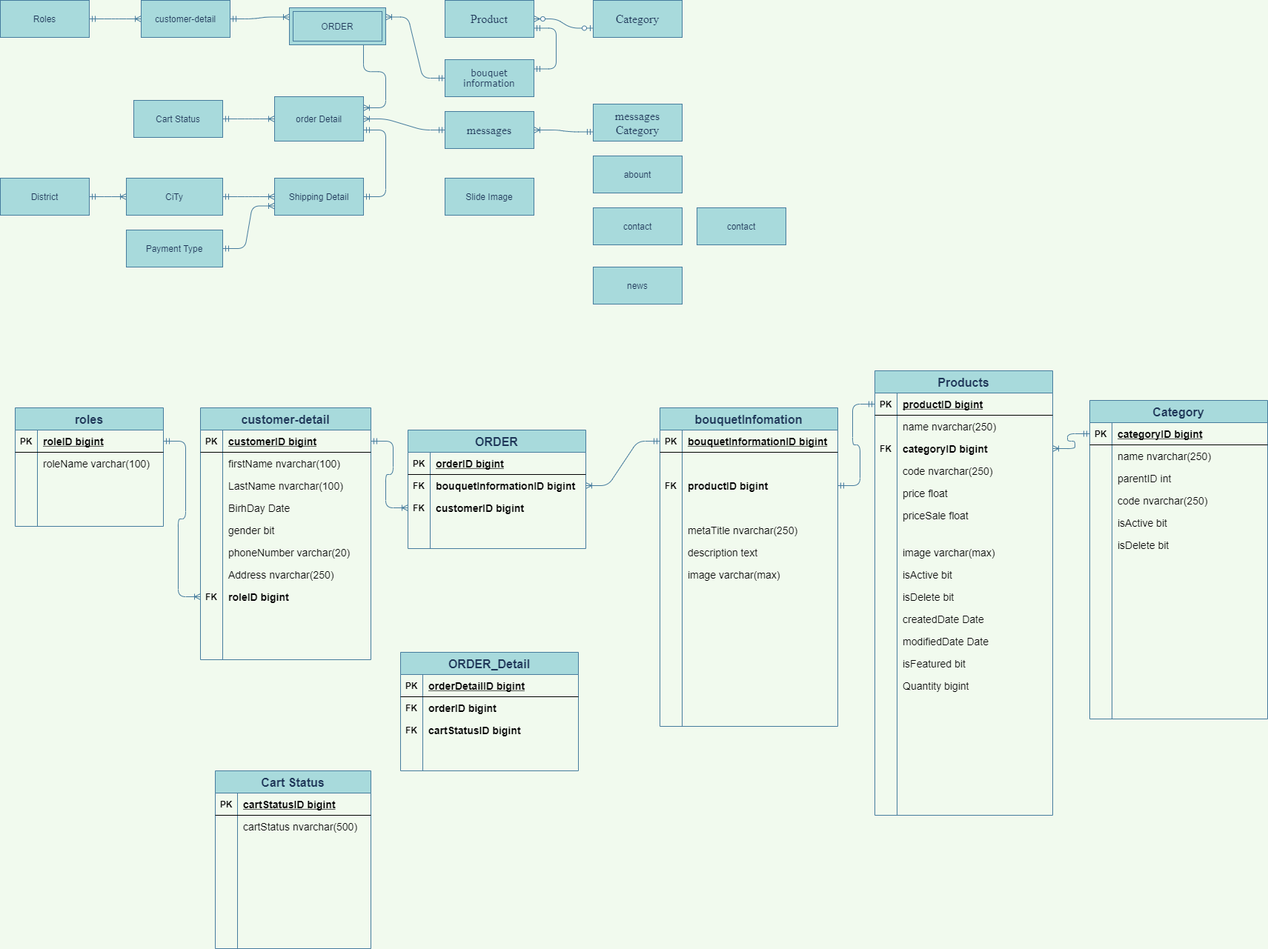
The draw.io diagram Untitled Diagram.png in maialino123/Eproject-SEM3, before a commit. Source tidied: cells renumbered, new cells last; positions are measured from the earlier drawing's top-left corner, leaving out a move shared by most shapes.
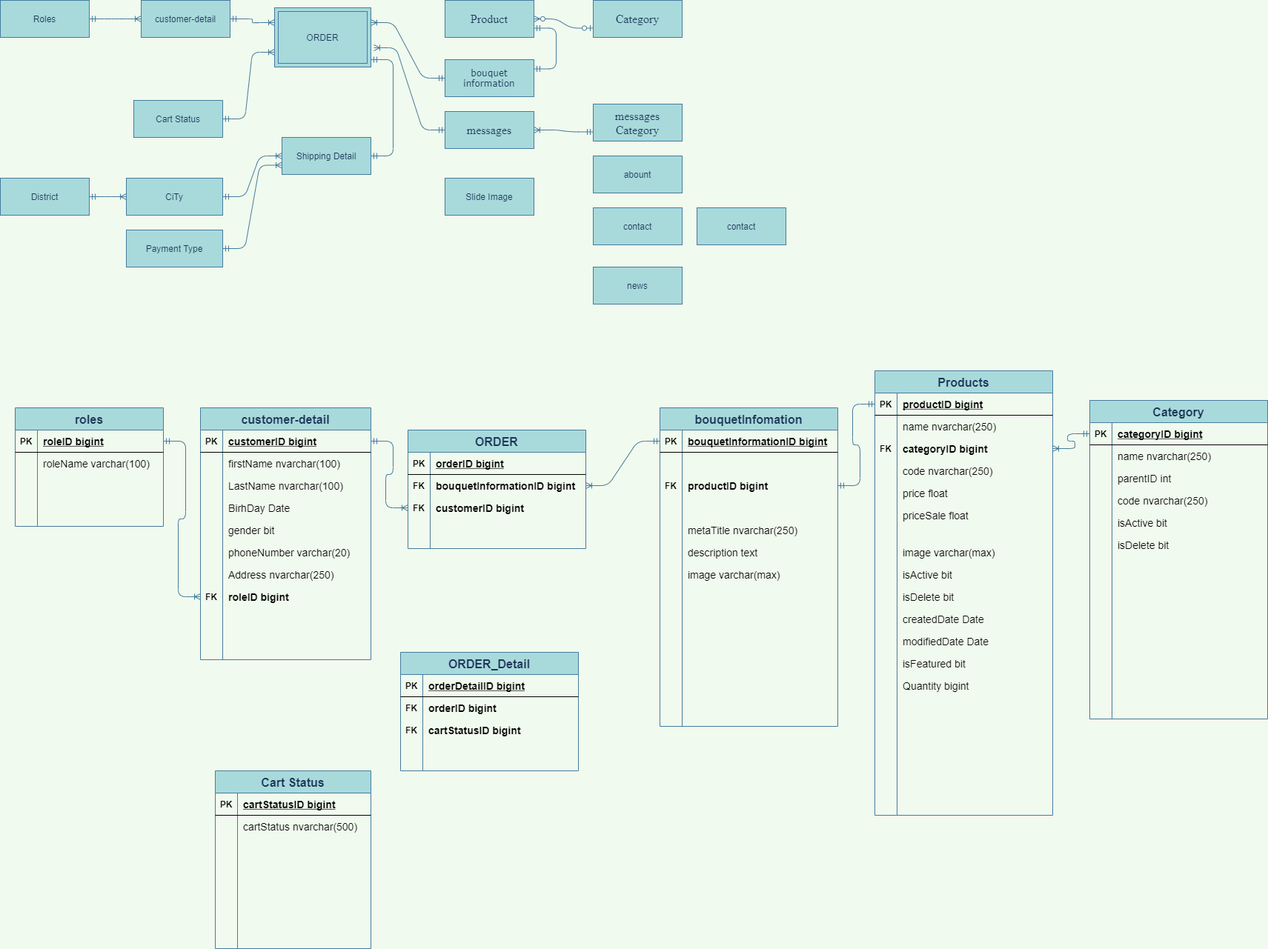
The same file after the commit.

Diff of the diagram source:
```diff
@@ -44,9 +44,6 @@
     <mxCell id="15" value="Roles" style="whiteSpace=wrap;html=1;align=center;rounded=0;sketch=0;fontColor=#1D3557;strokeColor=#457B9D;fillColor=#A8DADC;" parent="1" vertex="1">
       <mxGeometry width="120" height="50" as="geometry" />
     </mxCell>
-    <mxCell id="16" value="order Detail" style="whiteSpace=wrap;html=1;align=center;rounded=0;sketch=0;fontColor=#1D3557;strokeColor=#457B9D;fillColor=#A8DADC;" parent="1" vertex="1">
-      <mxGeometry x="370" y="130" width="120" height="60" as="geometry" />
-    </mxCell>
     <mxCell id="17" value="Slide Image" style="whiteSpace=wrap;html=1;align=center;rounded=0;sketch=0;fontColor=#1D3557;strokeColor=#457B9D;fillColor=#A8DADC;" parent="1" vertex="1">
       <mxGeometry x="600" y="240" width="120" height="50" as="geometry" />
     </mxCell>
@@ -59,26 +56,25 @@
     <mxCell id="20" style="edgeStyle=entityRelationEdgeStyle;fontSize=12;html=1;endArrow=ERoneToMany;startArrow=ERmandOne;fontColor=#1D3557;strokeColor=#457B9D;fillColor=#A8DADC;entryX=0;entryY=0.5;entryDx=0;entryDy=0;exitX=1;exitY=0.5;exitDx=0;exitDy=0;labelBackgroundColor=#F1FAEE;" parent="1" edge="1" source="15" target="2">
       <mxGeometry relative="1" as="geometry" />
     </mxCell>
-    <mxCell id="21" style="edgeStyle=entityRelationEdgeStyle;fontSize=12;html=1;endArrow=ERoneToMany;startArrow=ERmandOne;fontColor=#1D3557;strokeColor=#457B9D;fillColor=#A8DADC;entryX=0;entryY=0.5;entryDx=0;entryDy=0;exitX=1;exitY=0.5;exitDx=0;exitDy=0;labelBackgroundColor=#F1FAEE;" parent="1" edge="1" source="14" target="16">
+    <mxCell id="21" style="edgeStyle=entityRelationEdgeStyle;fontSize=12;html=1;endArrow=ERoneToMany;startArrow=ERmandOne;fontColor=#1D3557;strokeColor=#457B9D;fillColor=#A8DADC;entryX=0;entryY=0.75;entryDx=0;entryDy=0;exitX=1;exitY=0.5;exitDx=0;exitDy=0;labelBackgroundColor=#F1FAEE;" parent="1" edge="1" source="14" target="24">
       <mxGeometry relative="1" as="geometry" />
     </mxCell>
-    <mxCell id="22" style="edgeStyle=entityRelationEdgeStyle;fontSize=12;html=1;endArrow=ERoneToMany;startArrow=ERmandOne;fontColor=#1D3557;strokeColor=#457B9D;fillColor=#A8DADC;exitX=1;exitY=0.75;exitDx=0;exitDy=0;labelBackgroundColor=#F1FAEE;entryX=1;entryY=0.25;entryDx=0;entryDy=0;" parent="1" edge="1" source="24" target="16">
-      <mxGeometry relative="1" as="geometry" />
-    </mxCell>
     <mxCell id="23" value="Shipping Detail" style="whiteSpace=wrap;html=1;align=center;rounded=0;sketch=0;fontColor=#1D3557;strokeColor=#457B9D;fillColor=#A8DADC;" parent="1" vertex="1">
-      <mxGeometry x="370" y="240" width="120" height="50" as="geometry" />
+      <mxGeometry x="380" y="185" width="120" height="50" as="geometry" />
     </mxCell>
     <mxCell id="24" value="ORDER" style="shape=ext;margin=3;double=1;whiteSpace=wrap;html=1;align=center;fillColor=#A8DADC;strokeColor=#457B9D;fontColor=#1D3557;" parent="1" vertex="1">
-      <mxGeometry x="390" y="10" width="130" height="50" as="geometry" />
+      <mxGeometry x="370" y="10" width="130" height="80" as="geometry" />
     </mxCell>
-    <mxCell id="25" style="edgeStyle=entityRelationEdgeStyle;fontSize=12;html=1;endArrow=ERoneToMany;startArrow=ERmandOne;fontColor=#1D3557;strokeColor=#457B9D;fillColor=#A8DADC;entryX=1;entryY=0.5;entryDx=0;entryDy=0;exitX=0;exitY=0.5;exitDx=0;exitDy=0;labelBackgroundColor=#F1FAEE;" parent="1" edge="1" source="4" target="16">
+    <mxCell id="25" style="edgeStyle=entityRelationEdgeStyle;fontSize=12;html=1;endArrow=ERoneToMany;startArrow=ERmandOne;fontColor=#1D3557;strokeColor=#457B9D;fillColor=#A8DADC;entryX=1.031;entryY=0.675;entryDx=0;entryDy=0;exitX=0;exitY=0.5;exitDx=0;exitDy=0;labelBackgroundColor=#F1FAEE;entryPerimeter=0;" parent="1" edge="1" source="4" target="24">
       <mxGeometry relative="1" as="geometry" />
     </mxCell>
     <mxCell id="26" style="edgeStyle=entityRelationEdgeStyle;fontSize=12;html=1;endArrow=ERoneToMany;startArrow=ERmandOne;fontColor=#1D3557;strokeColor=#457B9D;fillColor=#A8DADC;entryX=0;entryY=0.5;entryDx=0;entryDy=0;exitX=1;exitY=0.5;exitDx=0;exitDy=0;labelBackgroundColor=#F1FAEE;" parent="1" edge="1" source="12" target="23">
       <mxGeometry relative="1" as="geometry" />
     </mxCell>
-    <mxCell id="27" style="edgeStyle=entityRelationEdgeStyle;fontSize=12;html=1;endArrow=ERmandOne;startArrow=ERmandOne;fontColor=#1D3557;strokeColor=#457B9D;fillColor=#A8DADC;entryX=1;entryY=0.5;entryDx=0;entryDy=0;exitX=1;exitY=0.75;exitDx=0;exitDy=0;" parent="1" edge="1" source="16" target="23">
-      <mxGeometry relative="1" as="geometry" />
+    <mxCell id="27" style="edgeStyle=entityRelationEdgeStyle;fontSize=12;html=1;endArrow=ERmandOne;startArrow=ERmandOne;fontColor=#1D3557;strokeColor=#457B9D;fillColor=#A8DADC;entryX=1;entryY=0.5;entryDx=0;entryDy=0;" parent="1" edge="1" target="23">
+      <mxGeometry relative="1" as="geometry">
+        <mxPoint x="500" y="80" as="sourcePoint" />
+      </mxGeometry>
     </mxCell>
     <mxCell id="28" value="Payment Type" style="whiteSpace=wrap;html=1;align=center;rounded=0;sketch=0;fontColor=#1D3557;strokeColor=#457B9D;fillColor=#A8DADC;" parent="1" vertex="1">
       <mxGeometry x="170" y="310" width="130" height="50" as="geometry" />
```
